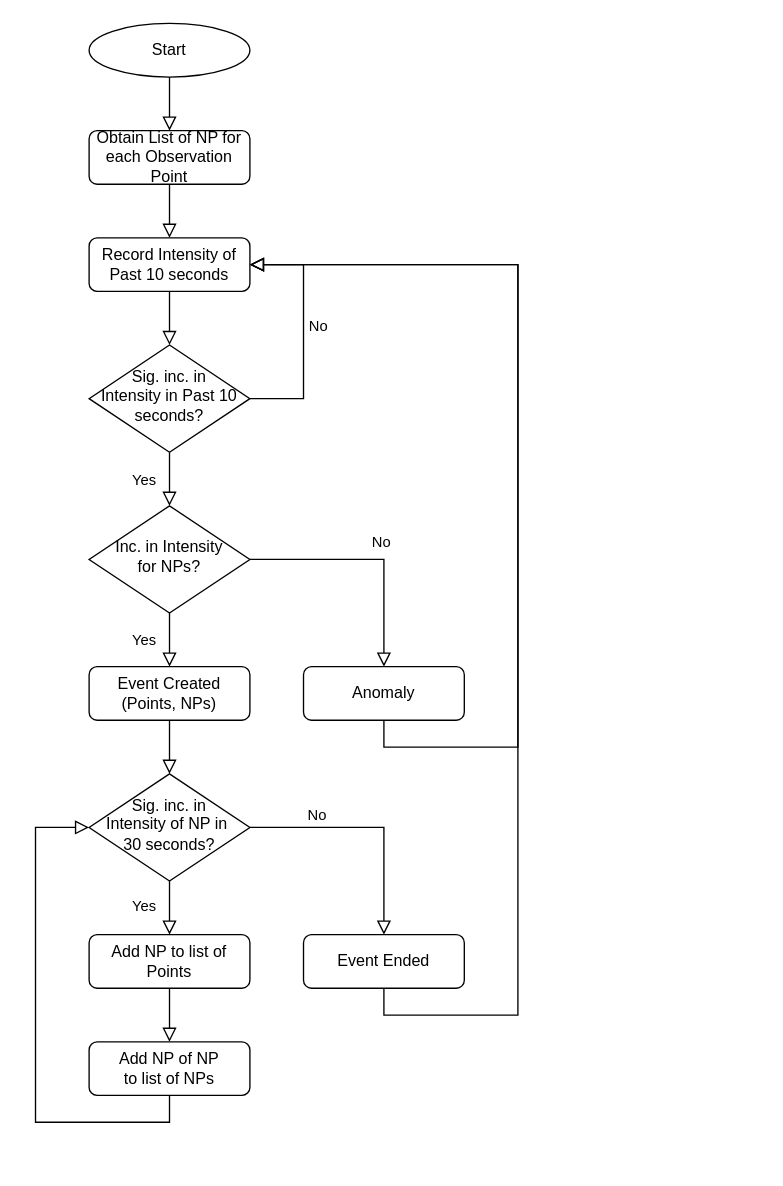
This is img/shake-detection.drawio from EasonSYC/a-level-computing-coursework, a draw.io file, before an edit. Source tidied: cells renumbered, new cells numbered last; positions are measured from the earlier drawing's top-left corner, leaving out a move shared by most shapes. Both pictures are drawn from the tidied source at 134%, with x=0, y=0 at pixel (35, 23).
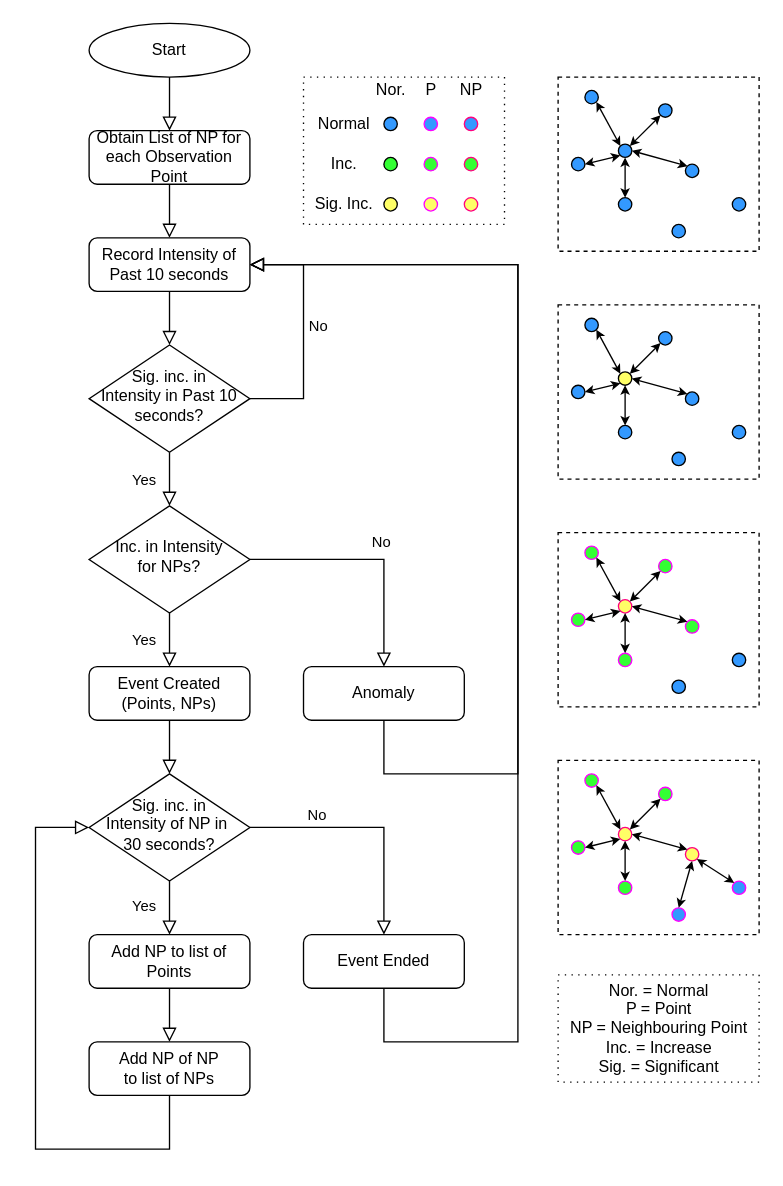
After the change.

Unchanged cells that the change refers to:
```xml
<mxCell id="12" value="Record Intensity of&lt;div&gt;Past 10 seconds&lt;/div&gt;" style="rounded=1;whiteSpace=wrap;html=1;fontSize=12;glass=0;strokeWidth=1;shadow=0;fontFamily=STIX;" parent="1" vertex="1">
  <mxGeometry x="40" y="160" width="120" height="40" as="geometry" />
</mxCell>
<mxCell id="26" value="Sig. inc. in&lt;div&gt;Intensity of NP in&amp;nbsp;&lt;/div&gt;&lt;div&gt;30 seconds?&lt;/div&gt;" style="rhombus;whiteSpace=wrap;html=1;shadow=0;fontFamily=STIX;fontSize=12;align=center;strokeWidth=1;spacing=6;spacingTop=-4;" parent="1" vertex="1">
  <mxGeometry x="40" y="560" width="120" height="80" as="geometry" />
</mxCell>
<mxCell id="28" value="Add NP of NP&lt;div&gt;to list of NPs&lt;/div&gt;" style="rounded=1;whiteSpace=wrap;html=1;fontSize=12;glass=0;strokeWidth=1;shadow=0;fontFamily=STIX;" parent="1" vertex="1">
  <mxGeometry x="40" y="760" width="120" height="40" as="geometry" />
</mxCell>
<mxCell id="30" value="Event Ended" style="rounded=1;whiteSpace=wrap;html=1;fontSize=12;glass=0;strokeWidth=1;shadow=0;fontFamily=STIX;" parent="1" vertex="1">
  <mxGeometry x="200" y="680" width="120" height="40" as="geometry" />
</mxCell>
<mxCell id="32" value="Anomaly" style="rounded=1;whiteSpace=wrap;html=1;fontSize=12;glass=0;strokeWidth=1;shadow=0;fontFamily=STIX;" parent="1" vertex="1">
  <mxGeometry x="200" y="480" width="120" height="40" as="geometry" />
</mxCell>
```

Change to the diagram source:
```diff
@@
     <mxCell id="27" style="edgeStyle=orthogonalEdgeStyle;rounded=0;jettySize=auto;html=1;exitX=0.5;exitY=1;exitDx=0;exitDy=0;entryX=0;entryY=0.5;entryDx=0;entryDy=0;fontFamily=STIX;endArrow=block;endFill=0;endSize=8;" parent="1" edge="1" source="28" target="26">
       <mxGeometry relative="1" as="geometry">
         <Array as="points">
-          <mxPoint x="100" y="820" />
-          <mxPoint y="820" />
+          <mxPoint x="100" y="840" />
+          <mxPoint y="840" />
           <mxPoint y="600" />
         </Array>
       </mxGeometry>
     </mxCell>
@@
     <mxCell id="29" style="edgeStyle=orthogonalEdgeStyle;rounded=0;jettySize=auto;html=1;exitX=0.5;exitY=1;exitDx=0;exitDy=0;entryX=1;entryY=0.5;entryDx=0;entryDy=0;fontFamily=STIX;endArrow=block;endFill=0;endSize=8;" parent="1" edge="1" source="30" target="12">
       <mxGeometry relative="1" as="geometry">
         <Array as="points">
-          <mxPoint x="260" y="740" />
-          <mxPoint x="360" y="740" />
+          <mxPoint x="260" y="760" />
+          <mxPoint x="360" y="760" />
           <mxPoint x="360" y="180" />
         </Array>
       </mxGeometry>
     </mxCell>
@@
     <mxCell id="31" style="edgeStyle=orthogonalEdgeStyle;rounded=0;jettySize=auto;html=1;exitX=0.5;exitY=1;exitDx=0;exitDy=0;entryX=1;entryY=0.5;entryDx=0;entryDy=0;fontFamily=STIX;endArrow=block;endFill=0;endSize=8;" parent="1" edge="1" source="32" target="12">
       <mxGeometry relative="1" as="geometry">
         <Array as="points">
-          <mxPoint x="260" y="540" />
-          <mxPoint x="360" y="540" />
+          <mxPoint x="260" y="560" />
+          <mxPoint x="360" y="560" />
           <mxPoint x="360" y="180" />
         </Array>
       </mxGeometry>
     </mxCell>
@@
+    <mxCell id="33" style="ellipse;whiteSpace=wrap;html=1;fillColor=#3399FF;" parent="1" vertex="1">
+      <mxGeometry x="435" y="90" width="10" height="10" as="geometry" />
+    </mxCell>
+    <mxCell id="34" style="ellipse;whiteSpace=wrap;html=1;fillColor=#3399FF;" parent="1" vertex="1">
+      <mxGeometry x="485" y="105" width="10" height="10" as="geometry" />
+    </mxCell>
+    <mxCell id="35" style="ellipse;whiteSpace=wrap;html=1;fillColor=#3399FF;" parent="1" vertex="1">
+      <mxGeometry x="520" y="130" width="10" height="10" as="geometry" />
+    </mxCell>
+    <mxCell id="36" style="ellipse;whiteSpace=wrap;html=1;fillColor=#3399FF;" parent="1" vertex="1">
+      <mxGeometry x="475" y="150" width="10" height="10" as="geometry" />
+    </mxCell>
+    <mxCell id="37" style="ellipse;whiteSpace=wrap;html=1;fillColor=#3399FF;" parent="1" vertex="1">
+      <mxGeometry x="410" y="50" width="10" height="10" as="geometry" />
+    </mxCell>
+    <mxCell id="38" style="ellipse;whiteSpace=wrap;html=1;fillColor=#3399FF;" parent="1" vertex="1">
+      <mxGeometry x="465" y="60" width="10" height="10" as="geometry" />
+    </mxCell>
+    <mxCell id="39" style="ellipse;whiteSpace=wrap;html=1;fillColor=#3399FF;" parent="1" vertex="1">
+      <mxGeometry x="400" y="100" width="10" height="10" as="geometry" />
+    </mxCell>
+    <mxCell id="40" style="ellipse;whiteSpace=wrap;html=1;fillColor=#3399FF;" parent="1" vertex="1">
+      <mxGeometry x="435" y="130" width="10" height="10" as="geometry" />
+    </mxCell>
+    <mxCell id="41" style="endArrow=classic;startArrow=classic;html=1;rounded=0;entryX=0;entryY=1;entryDx=0;entryDy=0;exitX=1;exitY=0;exitDx=0;exitDy=0;endSize=4;startSize=4;" parent="1" edge="1" source="33" target="38">
+      <mxGeometry relative="1" as="geometry" />
+    </mxCell>
+    <mxCell id="42" style="endArrow=classic;startArrow=classic;html=1;rounded=0;entryX=0;entryY=0;entryDx=0;entryDy=0;exitX=1;exitY=0.5;exitDx=0;exitDy=0;endSize=4;startSize=4;" parent="1" edge="1" source="33" target="34">
+      <mxGeometry relative="1" as="geometry" />
+    </mxCell>
+    <mxCell id="43" style="endArrow=classic;startArrow=classic;html=1;rounded=0;entryX=0.5;entryY=0;entryDx=0;entryDy=0;exitX=0.5;exitY=1;exitDx=0;exitDy=0;endSize=4;startSize=4;" parent="1" edge="1" source="33" target="40">
+      <mxGeometry relative="1" as="geometry" />
+    </mxCell>
+    <mxCell id="44" style="endArrow=classic;startArrow=classic;html=1;rounded=0;entryX=1;entryY=0.5;entryDx=0;entryDy=0;exitX=0;exitY=1;exitDx=0;exitDy=0;endSize=4;startSize=4;" parent="1" edge="1" source="33" target="39">
+      <mxGeometry relative="1" as="geometry" />
+    </mxCell>
+    <mxCell id="45" style="endArrow=classic;startArrow=classic;html=1;rounded=0;entryX=0;entryY=0;entryDx=0;entryDy=0;exitX=1;exitY=1;exitDx=0;exitDy=0;endSize=4;startSize=4;" parent="1" edge="1" source="37" target="33">
+      <mxGeometry relative="1" as="geometry" />
+    </mxCell>
+    <mxCell id="46" style="ellipse;whiteSpace=wrap;html=1;fillColor=#FFFF66;" parent="1" vertex="1">
+      <mxGeometry x="435" y="260" width="10" height="10" as="geometry" />
+    </mxCell>
+    <mxCell id="47" style="ellipse;whiteSpace=wrap;html=1;fillColor=#3399FF;" parent="1" vertex="1">
+      <mxGeometry x="485" y="275" width="10" height="10" as="geometry" />
+    </mxCell>
+    <mxCell id="48" style="ellipse;whiteSpace=wrap;html=1;fillColor=#3399FF;" parent="1" vertex="1">
+      <mxGeometry x="520" y="300" width="10" height="10" as="geometry" />
+    </mxCell>
+    <mxCell id="49" style="ellipse;whiteSpace=wrap;html=1;fillColor=#3399FF;" parent="1" vertex="1">
+      <mxGeometry x="475" y="320" width="10" height="10" as="geometry" />
+    </mxCell>
+    <mxCell id="50" style="ellipse;whiteSpace=wrap;html=1;fillColor=#3399FF;" parent="1" vertex="1">
+      <mxGeometry x="410" y="220" width="10" height="10" as="geometry" />
+    </mxCell>
+    <mxCell id="51" style="ellipse;whiteSpace=wrap;html=1;fillColor=#3399FF;" parent="1" vertex="1">
+      <mxGeometry x="465" y="230" width="10" height="10" as="geometry" />
+    </mxCell>
+    <mxCell id="52" style="ellipse;whiteSpace=wrap;html=1;fillColor=#3399FF;" parent="1" vertex="1">
+      <mxGeometry x="400" y="270" width="10" height="10" as="geometry" />
+    </mxCell>
+    <mxCell id="53" style="ellipse;whiteSpace=wrap;html=1;fillColor=#3399FF;" parent="1" vertex="1">
+      <mxGeometry x="435" y="300" width="10" height="10" as="geometry" />
+    </mxCell>
+    <mxCell id="54" style="endArrow=classic;startArrow=classic;html=1;rounded=0;entryX=0;entryY=1;entryDx=0;entryDy=0;exitX=1;exitY=0;exitDx=0;exitDy=0;endSize=4;startSize=4;" parent="1" edge="1" source="46" target="51">
+      <mxGeometry relative="1" as="geometry" />
+    </mxCell>
+    <mxCell id="55" style="endArrow=classic;startArrow=classic;html=1;rounded=0;entryX=0;entryY=0;entryDx=0;entryDy=0;exitX=1;exitY=0.5;exitDx=0;exitDy=0;endSize=4;startSize=4;" parent="1" edge="1" source="46" target="47">
+      <mxGeometry relative="1" as="geometry" />
+    </mxCell>
+    <mxCell id="56" style="endArrow=classic;startArrow=classic;html=1;rounded=0;entryX=0.5;entryY=0;entryDx=0;entryDy=0;exitX=0.5;exitY=1;exitDx=0;exitDy=0;endSize=4;startSize=4;" parent="1" edge="1" source="46" target="53">
+      <mxGeometry relative="1" as="geometry" />
+    </mxCell>
+    <mxCell id="57" style="endArrow=classic;startArrow=classic;html=1;rounded=0;entryX=1;entryY=0.5;entryDx=0;entryDy=0;exitX=0;exitY=1;exitDx=0;exitDy=0;endSize=4;startSize=4;" parent="1" edge="1" source="46" target="52">
+      <mxGeometry relative="1" as="geometry" />
+    </mxCell>
+    <mxCell id="58" style="endArrow=classic;startArrow=classic;html=1;rounded=0;entryX=0;entryY=0;entryDx=0;entryDy=0;exitX=1;exitY=1;exitDx=0;exitDy=0;endSize=4;startSize=4;" parent="1" edge="1" source="50" target="46">
+      <mxGeometry relative="1" as="geometry" />
+    </mxCell>
+    <mxCell id="59" style="ellipse;whiteSpace=wrap;html=1;fillColor=#FFFF66;strokeColor=#FF0080;" parent="1" vertex="1">
+      <mxGeometry x="435" y="430" width="10" height="10" as="geometry" />
+    </mxCell>
+    <mxCell id="60" style="ellipse;whiteSpace=wrap;html=1;fillColor=#33FF33;strokeColor=#FF00FF;" parent="1" vertex="1">
+      <mxGeometry x="485" y="445" width="10" height="10" as="geometry" />
+    </mxCell>
+    <mxCell id="61" style="ellipse;whiteSpace=wrap;html=1;fillColor=#3399FF;" parent="1" vertex="1">
+      <mxGeometry x="520" y="470" width="10" height="10" as="geometry" />
+    </mxCell>
+    <mxCell id="62" style="ellipse;whiteSpace=wrap;html=1;fillColor=#3399FF;" parent="1" vertex="1">
+      <mxGeometry x="475" y="490" width="10" height="10" as="geometry" />
+    </mxCell>
+    <mxCell id="63" style="ellipse;whiteSpace=wrap;html=1;fillColor=#33FF33;strokeColor=#FF00FF;" parent="1" vertex="1">
+      <mxGeometry x="410" y="390" width="10" height="10" as="geometry" />
+    </mxCell>
+    <mxCell id="64" style="ellipse;whiteSpace=wrap;html=1;fillColor=#33FF33;strokeColor=#FF00FF;" parent="1" vertex="1">
+      <mxGeometry x="465" y="400" width="10" height="10" as="geometry" />
+    </mxCell>
+    <mxCell id="65" style="ellipse;whiteSpace=wrap;html=1;fillColor=#33FF33;strokeColor=#FF00FF;" parent="1" vertex="1">
+      <mxGeometry x="400" y="440" width="10" height="10" as="geometry" />
+    </mxCell>
+    <mxCell id="66" style="ellipse;whiteSpace=wrap;html=1;fillColor=#33FF33;strokeColor=#FF00FF;" parent="1" vertex="1">
+      <mxGeometry x="435" y="470" width="10" height="10" as="geometry" />
+    </mxCell>
+    <mxCell id="67" style="endArrow=classic;startArrow=classic;html=1;rounded=0;entryX=0;entryY=1;entryDx=0;entryDy=0;exitX=1;exitY=0;exitDx=0;exitDy=0;endSize=4;startSize=4;" parent="1" edge="1" source="59" target="64">
+      <mxGeometry relative="1" as="geometry" />
+    </mxCell>
+    <mxCell id="68" style="endArrow=classic;startArrow=classic;html=1;rounded=0;entryX=0;entryY=0;entryDx=0;entryDy=0;exitX=1;exitY=0.5;exitDx=0;exitDy=0;endSize=4;startSize=4;" parent="1" edge="1" source="59" target="60">
+      <mxGeometry relative="1" as="geometry" />
+    </mxCell>
+    <mxCell id="69" style="endArrow=classic;startArrow=classic;html=1;rounded=0;entryX=0.5;entryY=0;entryDx=0;entryDy=0;exitX=0.5;exitY=1;exitDx=0;exitDy=0;endSize=4;startSize=4;" parent="1" edge="1" source="59" target="66">
+      <mxGeometry relative="1" as="geometry" />
+    </mxCell>
+    <mxCell id="70" style="endArrow=classic;startArrow=classic;html=1;rounded=0;entryX=1;entryY=0.5;entryDx=0;entryDy=0;exitX=0;exitY=1;exitDx=0;exitDy=0;endSize=4;startSize=4;" parent="1" edge="1" source="59" target="65">
+      <mxGeometry relative="1" as="geometry" />
+    </mxCell>
+    <mxCell id="71" style="endArrow=classic;startArrow=classic;html=1;rounded=0;entryX=0;entryY=0;entryDx=0;entryDy=0;exitX=1;exitY=1;exitDx=0;exitDy=0;endSize=4;startSize=4;" parent="1" edge="1" source="63" target="59">
+      <mxGeometry relative="1" as="geometry" />
+    </mxCell>
+    <mxCell id="72" style="ellipse;whiteSpace=wrap;html=1;fillColor=#FFFF66;strokeColor=#FF0080;" parent="1" vertex="1">
+      <mxGeometry x="435" y="600" width="10" height="10" as="geometry" />
+    </mxCell>
+    <mxCell id="73" style="ellipse;whiteSpace=wrap;html=1;fillColor=#FFFF66;strokeColor=#FF0080;" parent="1" vertex="1">
+      <mxGeometry x="485" y="615" width="10" height="10" as="geometry" />
+    </mxCell>
+    <mxCell id="74" style="ellipse;whiteSpace=wrap;html=1;fillColor=#3399FF;strokeColor=#FF00FF;" parent="1" vertex="1">
+      <mxGeometry x="520" y="640" width="10" height="10" as="geometry" />
+    </mxCell>
+    <mxCell id="75" style="ellipse;whiteSpace=wrap;html=1;fillColor=#3399FF;strokeColor=#FF00FF;" parent="1" vertex="1">
+      <mxGeometry x="475" y="660" width="10" height="10" as="geometry" />
+    </mxCell>
+    <mxCell id="76" style="ellipse;whiteSpace=wrap;html=1;fillColor=#33FF33;strokeColor=#FF00FF;" parent="1" vertex="1">
+      <mxGeometry x="410" y="560" width="10" height="10" as="geometry" />
+    </mxCell>
+    <mxCell id="77" style="ellipse;whiteSpace=wrap;html=1;fillColor=#33FF33;strokeColor=#FF00FF;" parent="1" vertex="1">
+      <mxGeometry x="465" y="570" width="10" height="10" as="geometry" />
+    </mxCell>
+    <mxCell id="78" style="ellipse;whiteSpace=wrap;html=1;fillColor=#33FF33;strokeColor=#FF00FF;" parent="1" vertex="1">
+      <mxGeometry x="400" y="610" width="10" height="10" as="geometry" />
+    </mxCell>
+    <mxCell id="79" style="ellipse;whiteSpace=wrap;html=1;fillColor=#33FF33;strokeColor=#FF00FF;" parent="1" vertex="1">
+      <mxGeometry x="435" y="640" width="10" height="10" as="geometry" />
+    </mxCell>
+    <mxCell id="80" style="endArrow=classic;startArrow=classic;html=1;rounded=0;entryX=0;entryY=1;entryDx=0;entryDy=0;exitX=1;exitY=0;exitDx=0;exitDy=0;endSize=4;startSize=4;" parent="1" edge="1" source="72" target="77">
+      <mxGeometry relative="1" as="geometry" />
+    </mxCell>
+    <mxCell id="81" style="endArrow=classic;startArrow=classic;html=1;rounded=0;entryX=0;entryY=0;entryDx=0;entryDy=0;exitX=1;exitY=0.5;exitDx=0;exitDy=0;endSize=4;startSize=4;" parent="1" edge="1" source="72" target="73">
+      <mxGeometry relative="1" as="geometry" />
+    </mxCell>
+    <mxCell id="82" style="endArrow=classic;startArrow=classic;html=1;rounded=0;entryX=0.5;entryY=0;entryDx=0;entryDy=0;exitX=0.5;exitY=1;exitDx=0;exitDy=0;endSize=4;startSize=4;" parent="1" edge="1" source="72" target="79">
+      <mxGeometry relative="1" as="geometry" />
+    </mxCell>
+    <mxCell id="83" style="endArrow=classic;startArrow=classic;html=1;rounded=0;entryX=1;entryY=0.5;entryDx=0;entryDy=0;exitX=0;exitY=1;exitDx=0;exitDy=0;endSize=4;startSize=4;" parent="1" edge="1" source="72" target="78">
+      <mxGeometry relative="1" as="geometry" />
+    </mxCell>
+    <mxCell id="84" style="endArrow=classic;startArrow=classic;html=1;rounded=0;entryX=0;entryY=0;entryDx=0;entryDy=0;exitX=1;exitY=1;exitDx=0;exitDy=0;endSize=4;startSize=4;" parent="1" edge="1" source="76" target="72">
+      <mxGeometry relative="1" as="geometry" />
+    </mxCell>
+    <mxCell id="85" style="endArrow=classic;startArrow=classic;html=1;rounded=0;entryX=0;entryY=0;entryDx=0;entryDy=0;exitX=1;exitY=1;exitDx=0;exitDy=0;endSize=4;startSize=4;" parent="1" edge="1" source="73" target="74">
+      <mxGeometry relative="1" as="geometry" />
+    </mxCell>
+    <mxCell id="86" style="endArrow=classic;startArrow=classic;html=1;rounded=0;entryX=0.5;entryY=0;entryDx=0;entryDy=0;exitX=0.5;exitY=1;exitDx=0;exitDy=0;endSize=4;startSize=4;" parent="1" edge="1" source="73" target="75">
+      <mxGeometry relative="1" as="geometry" />
+    </mxCell>
+    <mxCell id="87" style="ellipse;whiteSpace=wrap;html=1;fillColor=#3399FF;fontFamily=STIX;" parent="1" vertex="1">
+      <mxGeometry x="260" y="70" width="10" height="10" as="geometry" />
+    </mxCell>
+    <mxCell id="88" style="ellipse;whiteSpace=wrap;html=1;fillColor=#FFFF66;fontFamily=STIX;" parent="1" vertex="1">
+      <mxGeometry x="260" y="130" width="10" height="10" as="geometry" />
+    </mxCell>
+    <mxCell id="89" style="ellipse;whiteSpace=wrap;html=1;fillColor=#33FF33;strokeColor=#000000;fontFamily=STIX;" parent="1" vertex="1">
+      <mxGeometry x="260" y="100" width="10" height="10" as="geometry" />
+    </mxCell>
+    <mxCell id="90" style="ellipse;whiteSpace=wrap;html=1;fillColor=#FFFF66;strokeColor=#FF0080;fontFamily=STIX;" parent="1" vertex="1">
+      <mxGeometry x="320" y="130" width="10" height="10" as="geometry" />
+    </mxCell>
+    <mxCell id="91" style="ellipse;whiteSpace=wrap;html=1;fillColor=#3399FF;strokeColor=#FF00FF;fontFamily=STIX;" parent="1" vertex="1">
+      <mxGeometry x="290" y="70" width="10" height="10" as="geometry" />
+    </mxCell>
+    <mxCell id="92" style="ellipse;whiteSpace=wrap;html=1;fillColor=#33FF33;strokeColor=#FF00FF;fontFamily=STIX;" parent="1" vertex="1">
+      <mxGeometry x="290" y="100" width="10" height="10" as="geometry" />
+    </mxCell>
+    <mxCell id="93" style="ellipse;whiteSpace=wrap;html=1;fillColor=#3399FF;strokeColor=#FF0080;fontFamily=STIX;" parent="1" vertex="1">
+      <mxGeometry x="320" y="70" width="10" height="10" as="geometry" />
+    </mxCell>
+    <mxCell id="94" style="ellipse;whiteSpace=wrap;html=1;fillColor=#33FF33;strokeColor=#FF0080;fontFamily=STIX;" parent="1" vertex="1">
+      <mxGeometry x="320" y="100" width="10" height="10" as="geometry" />
+    </mxCell>
+    <mxCell id="95" style="ellipse;whiteSpace=wrap;html=1;fillColor=#FFFF66;strokeColor=#FF00FF;fontFamily=STIX;" parent="1" vertex="1">
+      <mxGeometry x="290" y="130" width="10" height="10" as="geometry" />
+    </mxCell>
+    <mxCell id="96" value="Normal" style="text;html=1;align=center;verticalAlign=middle;strokeColor=none;fillColor=none;fontFamily=STIX;" parent="1" vertex="1">
+      <mxGeometry x="200" y="60" width="60" height="30" as="geometry" />
+    </mxCell>
+    <mxCell id="97" value="Inc." style="text;html=1;align=center;verticalAlign=middle;strokeColor=none;fillColor=none;fontFamily=STIX;" parent="1" vertex="1">
+      <mxGeometry x="210" y="90" width="40" height="30" as="geometry" />
+    </mxCell>
+    <mxCell id="98" value="Sig. Inc." style="text;html=1;align=center;verticalAlign=middle;strokeColor=none;fillColor=none;fontFamily=STIX;" parent="1" vertex="1">
+      <mxGeometry x="200" y="120" width="60" height="30" as="geometry" />
+    </mxCell>
+    <mxCell id="99" value="Nor." style="text;html=1;align=center;verticalAlign=middle;strokeColor=none;fillColor=none;fontFamily=STIX;" parent="1" vertex="1">
+      <mxGeometry x="245" y="35" width="40" height="30" as="geometry" />
+    </mxCell>
+    <mxCell id="100" value="P" style="text;html=1;align=center;verticalAlign=middle;strokeColor=none;fillColor=none;fontFamily=STIX;" parent="1" vertex="1">
+      <mxGeometry x="280" y="35" width="30" height="30" as="geometry" />
+    </mxCell>
+    <mxCell id="101" value="NP" style="text;html=1;align=center;verticalAlign=middle;strokeColor=none;fillColor=none;fontFamily=STIX;" parent="1" vertex="1">
+      <mxGeometry x="305" y="35" width="40" height="30" as="geometry" />
+    </mxCell>
+    <mxCell id="102" value="Nor. = Normal&lt;div&gt;P = Point&lt;/div&gt;&lt;div&gt;NP = Neighbouring Point&lt;/div&gt;&lt;div&gt;Inc. = Increase&lt;/div&gt;&lt;div&gt;Sig. = Significant&lt;/div&gt;" style="text;html=1;align=center;verticalAlign=middle;strokeColor=default;fillColor=none;fontFamily=STIX;dashed=1;dashPattern=1 4;" parent="1" vertex="1">
+      <mxGeometry x="390" y="710" width="150" height="80" as="geometry" />
+    </mxCell>
+    <mxCell id="103" style="rounded=0;whiteSpace=wrap;html=1;fillColor=none;dashed=1;dashPattern=1 4;" parent="1" vertex="1">
+      <mxGeometry x="200" y="40" width="150" height="110" as="geometry" />
+    </mxCell>
+    <mxCell id="104" style="rounded=0;whiteSpace=wrap;html=1;fillColor=none;dashed=1;" parent="1" vertex="1">
+      <mxGeometry x="390" y="40" width="150" height="130" as="geometry" />
+    </mxCell>
+    <mxCell id="105" style="rounded=0;whiteSpace=wrap;html=1;fillColor=none;dashed=1;" parent="1" vertex="1">
+      <mxGeometry x="390" y="210" width="150" height="130" as="geometry" />
+    </mxCell>
+    <mxCell id="106" style="rounded=0;whiteSpace=wrap;html=1;fillColor=none;dashed=1;" parent="1" vertex="1">
+      <mxGeometry x="390" y="380" width="150" height="130" as="geometry" />
+    </mxCell>
+    <mxCell id="107" style="rounded=0;whiteSpace=wrap;html=1;fillColor=none;dashed=1;" parent="1" vertex="1">
+      <mxGeometry x="390" y="550" width="150" height="130" as="geometry" />
+    </mxCell>
```
